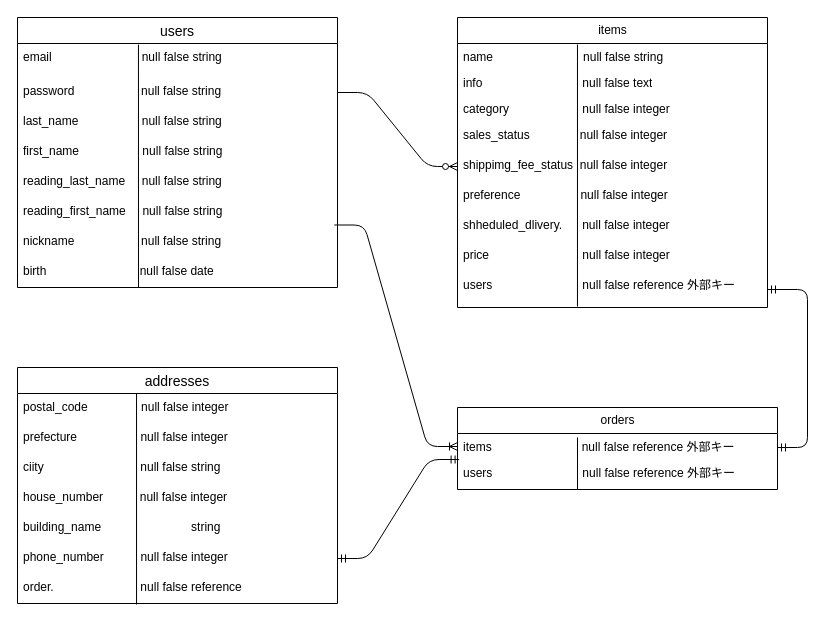
This is furima38723.dio from sorakanda/furima-38723, a draw.io file, before an edit. Source tidied: cells renumbered, new cells numbered last; positions are measured from the earlier drawing's top-left corner, leaving out a move shared by most shapes. Both pictures are drawn from the tidied source at 100%, with x=0, y=0 at pixel (17, 17).
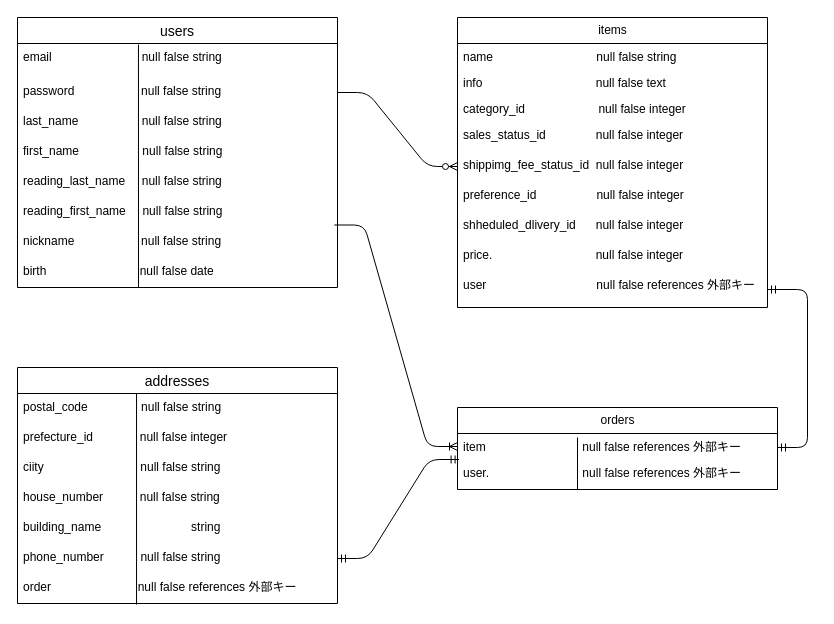
Above is the later version.

Commit message (it also covers changes not shown here):
テーブル設計修正８

The change refers to these unchanged cells:
```xml
<mxCell id="13" value="items" style="swimlane;fontStyle=0;horizontal=1;startSize=26;fillColor=none;html=1;" parent="1" vertex="1">
  <mxGeometry x="440" width="310" height="290" as="geometry" />
</mxCell>
<mxCell id="25" value="orders" style="swimlane;fontStyle=0;horizontal=1;startSize=26;fillColor=none;html=1;" parent="1" vertex="1">
  <mxGeometry x="440" y="390" width="320" height="82" as="geometry" />
</mxCell>
<mxCell id="30" value="addresses" style="swimlane;fontStyle=0;horizontal=1;startSize=26;align=center;fontSize=14;" parent="1" vertex="1">
  <mxGeometry y="350" width="320" height="236" as="geometry" />
</mxCell>
```

What changed in the source:
```diff
@@
-    <mxCell id="14" value="name&amp;nbsp; &amp;nbsp; &amp;nbsp; &amp;nbsp; &amp;nbsp; &amp;nbsp; &amp;nbsp; &amp;nbsp; &amp;nbsp; &amp;nbsp; &amp;nbsp; &amp;nbsp; &amp;nbsp; &amp;nbsp;null false string" style="text;strokeColor=none;fillColor=none;align=left;verticalAlign=top;spacingLeft=4;spacingRight=4;overflow=hidden;points=[[0,0.5],[1,0.5]];portConstraint=eastwest;whiteSpace=wrap;html=1;" parent="13" vertex="1">
+    <mxCell id="14" value="name&amp;nbsp; &amp;nbsp; &amp;nbsp; &amp;nbsp; &amp;nbsp; &amp;nbsp; &amp;nbsp; &amp;nbsp; &amp;nbsp; &amp;nbsp; &amp;nbsp; &amp;nbsp; &amp;nbsp; &amp;nbsp; &amp;nbsp; &amp;nbsp;null false string" style="text;strokeColor=none;fillColor=none;align=left;verticalAlign=top;spacingLeft=4;spacingRight=4;overflow=hidden;points=[[0,0.5],[1,0.5]];portConstraint=eastwest;whiteSpace=wrap;html=1;" parent="13" vertex="1">
       <mxGeometry y="26" width="310" height="26" as="geometry" />
     </mxCell>
-    <mxCell id="15" value="info&amp;nbsp; &amp;nbsp; &amp;nbsp; &amp;nbsp; &amp;nbsp; &amp;nbsp; &amp;nbsp; &amp;nbsp; &amp;nbsp; &amp;nbsp; &amp;nbsp; &amp;nbsp; &amp;nbsp; &amp;nbsp; &amp;nbsp; null false text" style="text;strokeColor=none;fillColor=none;align=left;verticalAlign=top;spacingLeft=4;spacingRight=4;overflow=hidden;whiteSpace=wrap;html=1;" parent="13" vertex="1">
+    <mxCell id="15" value="info&amp;nbsp; &amp;nbsp; &amp;nbsp; &amp;nbsp; &amp;nbsp; &amp;nbsp; &amp;nbsp; &amp;nbsp; &amp;nbsp; &amp;nbsp; &amp;nbsp; &amp;nbsp; &amp;nbsp; &amp;nbsp; &amp;nbsp; &amp;nbsp; &amp;nbsp; null false text" style="text;strokeColor=none;fillColor=none;align=left;verticalAlign=top;spacingLeft=4;spacingRight=4;overflow=hidden;whiteSpace=wrap;html=1;" parent="13" vertex="1">
       <mxGeometry y="52" width="310" height="26" as="geometry" />
     </mxCell>
-    <mxCell id="16" value="category&amp;nbsp; &amp;nbsp; &amp;nbsp; &amp;nbsp; &amp;nbsp; &amp;nbsp; &amp;nbsp; &amp;nbsp; &amp;nbsp; &amp;nbsp; &amp;nbsp; null false integer" style="text;strokeColor=none;fillColor=none;align=left;verticalAlign=top;spacingLeft=4;spacingRight=4;overflow=hidden;whiteSpace=wrap;html=1;" parent="13" vertex="1">
+    <mxCell id="16" value="category_id&amp;nbsp; &amp;nbsp; &amp;nbsp; &amp;nbsp; &amp;nbsp; &amp;nbsp; &amp;nbsp; &amp;nbsp; &amp;nbsp; &amp;nbsp; &amp;nbsp; null false integer" style="text;strokeColor=none;fillColor=none;align=left;verticalAlign=top;spacingLeft=4;spacingRight=4;overflow=hidden;whiteSpace=wrap;html=1;" parent="13" vertex="1">
       <mxGeometry y="78" width="310" height="26" as="geometry" />
     </mxCell>
-    <mxCell id="17" value="sales_status               null false integer " style="text;strokeColor=none;fillColor=none;spacingLeft=4;spacingRight=4;overflow=hidden;fontSize=12;" parent="13" vertex="1">
+    <mxCell id="17" value="sales_status_id               null false integer " style="text;strokeColor=none;fillColor=none;spacingLeft=4;spacingRight=4;overflow=hidden;fontSize=12;" parent="13" vertex="1">
       <mxGeometry y="104" width="310" height="30" as="geometry" />
     </mxCell>
-    <mxCell id="18" value="shippimg_fee_status  null false integer" style="text;strokeColor=none;fillColor=none;spacingLeft=4;spacingRight=4;overflow=hidden;points=[[0,0.5],[1,0.5]];portConstraint=eastwest;fontSize=12;" parent="13" vertex="1">
+    <mxCell id="18" value="shippimg_fee_status_id  null false integer" style="text;strokeColor=none;fillColor=none;spacingLeft=4;spacingRight=4;overflow=hidden;points=[[0,0.5],[1,0.5]];portConstraint=eastwest;fontSize=12;" parent="13" vertex="1">
       <mxGeometry y="134" width="310" height="30" as="geometry" />
     </mxCell>
-    <mxCell id="19" value="preference                  null false integer" style="text;strokeColor=none;fillColor=none;spacingLeft=4;spacingRight=4;overflow=hidden;fontSize=12;" parent="13" vertex="1">
+    <mxCell id="19" value="preference_id                  null false integer" style="text;strokeColor=none;fillColor=none;spacingLeft=4;spacingRight=4;overflow=hidden;fontSize=12;" parent="13" vertex="1">
       <mxGeometry y="164" width="310" height="30" as="geometry" />
     </mxCell>
-    <mxCell id="20" value="shheduled_dlivery.      null false integer" style="text;strokeColor=none;fillColor=none;spacingLeft=4;spacingRight=4;overflow=hidden;fontSize=12;" parent="13" vertex="1">
+    <mxCell id="20" value="shheduled_dlivery_id      null false integer" style="text;strokeColor=none;fillColor=none;spacingLeft=4;spacingRight=4;overflow=hidden;fontSize=12;" parent="13" vertex="1">
       <mxGeometry y="194" width="310" height="30" as="geometry" />
     </mxCell>
-    <mxCell id="21" value="price                            null false integer" style="text;strokeColor=none;fillColor=none;spacingLeft=4;spacingRight=4;overflow=hidden;fontSize=12;" parent="13" vertex="1">
+    <mxCell id="21" value="price.                               null false integer" style="text;strokeColor=none;fillColor=none;spacingLeft=4;spacingRight=4;overflow=hidden;fontSize=12;" parent="13" vertex="1">
       <mxGeometry y="224" width="310" height="30" as="geometry" />
     </mxCell>
-    <mxCell id="22" style="endArrow=none;html=1;entryX=0.387;entryY=0.038;entryDx=0;entryDy=0;entryPerimeter=0;exitX=0.387;exitY=0.972;exitDx=0;exitDy=0;exitPerimeter=0;" parent="13" edge="1" source="23" target="14">
-      <mxGeometry relative="1" as="geometry" />
-    </mxCell>
-    <mxCell id="23" value="users                           null false reference 外部キー" style="text;strokeColor=none;fillColor=none;spacingLeft=4;spacingRight=4;overflow=hidden;points=[[0,0.5],[1,0.5]];portConstraint=eastwest;fontSize=12;" parent="13" vertex="1">
+    <mxCell id="23" value="user                                 null false references 外部キー" style="text;strokeColor=none;fillColor=none;spacingLeft=4;spacingRight=4;overflow=hidden;points=[[0,0.5],[1,0.5]];portConstraint=eastwest;fontSize=12;" parent="13" vertex="1">
       <mxGeometry y="254" width="310" height="36" as="geometry" />
     </mxCell>
@@
-    <mxCell id="26" value="items&amp;nbsp; &amp;nbsp; &amp;nbsp; &amp;nbsp; &amp;nbsp; &amp;nbsp; &amp;nbsp; &amp;nbsp; &amp;nbsp; &amp;nbsp; &amp;nbsp; &amp;nbsp; &amp;nbsp; &amp;nbsp;null false reference 外部キー" style="text;strokeColor=none;fillColor=none;align=left;verticalAlign=top;spacingLeft=4;spacingRight=4;overflow=hidden;whiteSpace=wrap;html=1;" parent="25" vertex="1">
+    <mxCell id="26" value="item&amp;nbsp; &amp;nbsp; &amp;nbsp; &amp;nbsp; &amp;nbsp; &amp;nbsp; &amp;nbsp; &amp;nbsp; &amp;nbsp; &amp;nbsp; &amp;nbsp; &amp;nbsp; &amp;nbsp; &amp;nbsp; &amp;nbsp;null false references 外部キー" style="text;strokeColor=none;fillColor=none;align=left;verticalAlign=top;spacingLeft=4;spacingRight=4;overflow=hidden;whiteSpace=wrap;html=1;" parent="25" vertex="1">
       <mxGeometry y="26" width="320" height="26" as="geometry" />
     </mxCell>
-    <mxCell id="27" value="users                           null false reference 外部キー" style="text;strokeColor=none;fillColor=none;spacingLeft=4;spacingRight=4;overflow=hidden;points=[[0,0.5],[1,0.5]];portConstraint=eastwest;fontSize=12;" parent="25" vertex="1">
+    <mxCell id="27" value="user.                            null false references 外部キー" style="text;strokeColor=none;fillColor=none;spacingLeft=4;spacingRight=4;overflow=hidden;points=[[0,0.5],[1,0.5]];portConstraint=eastwest;fontSize=12;" parent="25" vertex="1">
       <mxGeometry y="52" width="320" height="30" as="geometry" />
     </mxCell>
@@
-    <mxCell id="31" value="postal_code                null false integer" style="text;strokeColor=none;fillColor=none;spacingLeft=4;spacingRight=4;overflow=hidden;points=[[0,0.5],[1,0.5]];portConstraint=eastwest;fontSize=12;" parent="30" vertex="1">
+    <mxCell id="31" value="postal_code                null false string" style="text;strokeColor=none;fillColor=none;spacingLeft=4;spacingRight=4;overflow=hidden;points=[[0,0.5],[1,0.5]];portConstraint=eastwest;fontSize=12;" parent="30" vertex="1">
       <mxGeometry y="26" width="320" height="30" as="geometry" />
     </mxCell>
-    <mxCell id="32" value="prefecture                   null false integer" style="text;strokeColor=none;fillColor=none;spacingLeft=4;spacingRight=4;overflow=hidden;fontSize=12;" parent="30" vertex="1">
+    <mxCell id="32" value="prefecture_id              null false integer" style="text;strokeColor=none;fillColor=none;spacingLeft=4;spacingRight=4;overflow=hidden;fontSize=12;" parent="30" vertex="1">
       <mxGeometry y="56" width="320" height="30" as="geometry" />
     </mxCell>
@@
-    <mxCell id="34" value="house_number           null false integer" style="text;strokeColor=none;fillColor=none;spacingLeft=4;spacingRight=4;overflow=hidden;fontSize=12;" parent="30" vertex="1">
+    <mxCell id="34" value="house_number           null false string" style="text;strokeColor=none;fillColor=none;spacingLeft=4;spacingRight=4;overflow=hidden;fontSize=12;" parent="30" vertex="1">
       <mxGeometry y="116" width="320" height="30" as="geometry" />
     </mxCell>
@@
-    <mxCell id="36" value="phone_number           null false integer" style="text;strokeColor=none;fillColor=none;spacingLeft=4;spacingRight=4;overflow=hidden;points=[[0,0.5],[1,0.5]];portConstraint=eastwest;fontSize=12;" parent="30" vertex="1">
+    <mxCell id="36" value="phone_number           null false string" style="text;strokeColor=none;fillColor=none;spacingLeft=4;spacingRight=4;overflow=hidden;points=[[0,0.5],[1,0.5]];portConstraint=eastwest;fontSize=12;" parent="30" vertex="1">
       <mxGeometry y="176" width="320" height="30" as="geometry" />
     </mxCell>
@@
-    <mxCell id="38" value="order.                          null false reference         " style="text;strokeColor=none;fillColor=none;spacingLeft=4;spacingRight=4;overflow=hidden;points=[[0,0.5],[1,0.5]];portConstraint=eastwest;fontSize=12;" parent="30" vertex="1">
+    <mxCell id="38" value="order                          null false references 外部キー " style="text;strokeColor=none;fillColor=none;spacingLeft=4;spacingRight=4;overflow=hidden;points=[[0,0.5],[1,0.5]];portConstraint=eastwest;fontSize=12;" parent="30" vertex="1">
       <mxGeometry y="206" width="320" height="30" as="geometry" />
     </mxCell>
```
